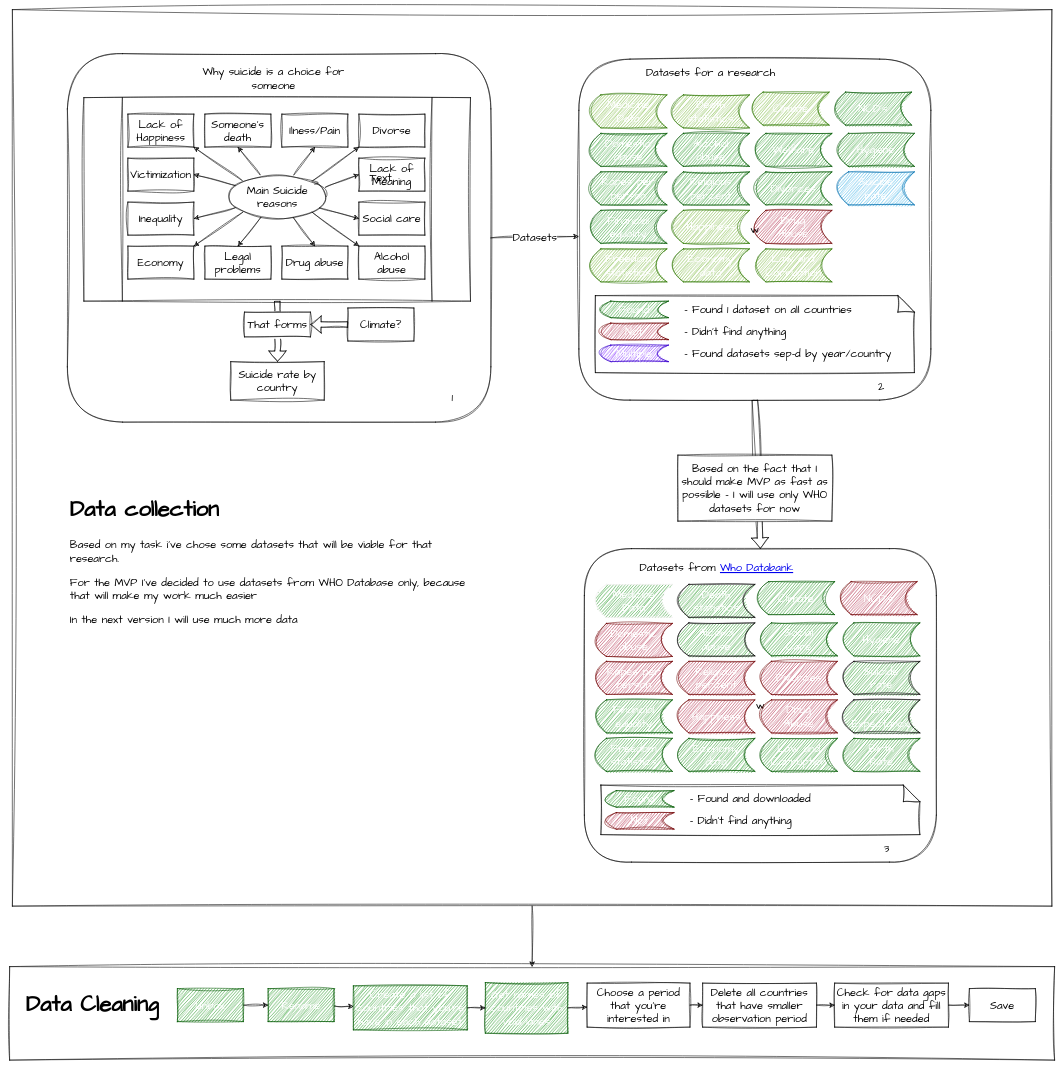
BaakhOfficial/Suicide-Rate-Analysis keeps this draw.io diagram as Schema.drawio. Above is the earlier version. Source tidied: cells renumbered, new cells numbered last; positions are measured from the earlier drawing's top-left corner, leaving out a move shared by most shapes. Both pictures are drawn from the tidied source at 55%, with x=0, y=0 at pixel (9, 9).
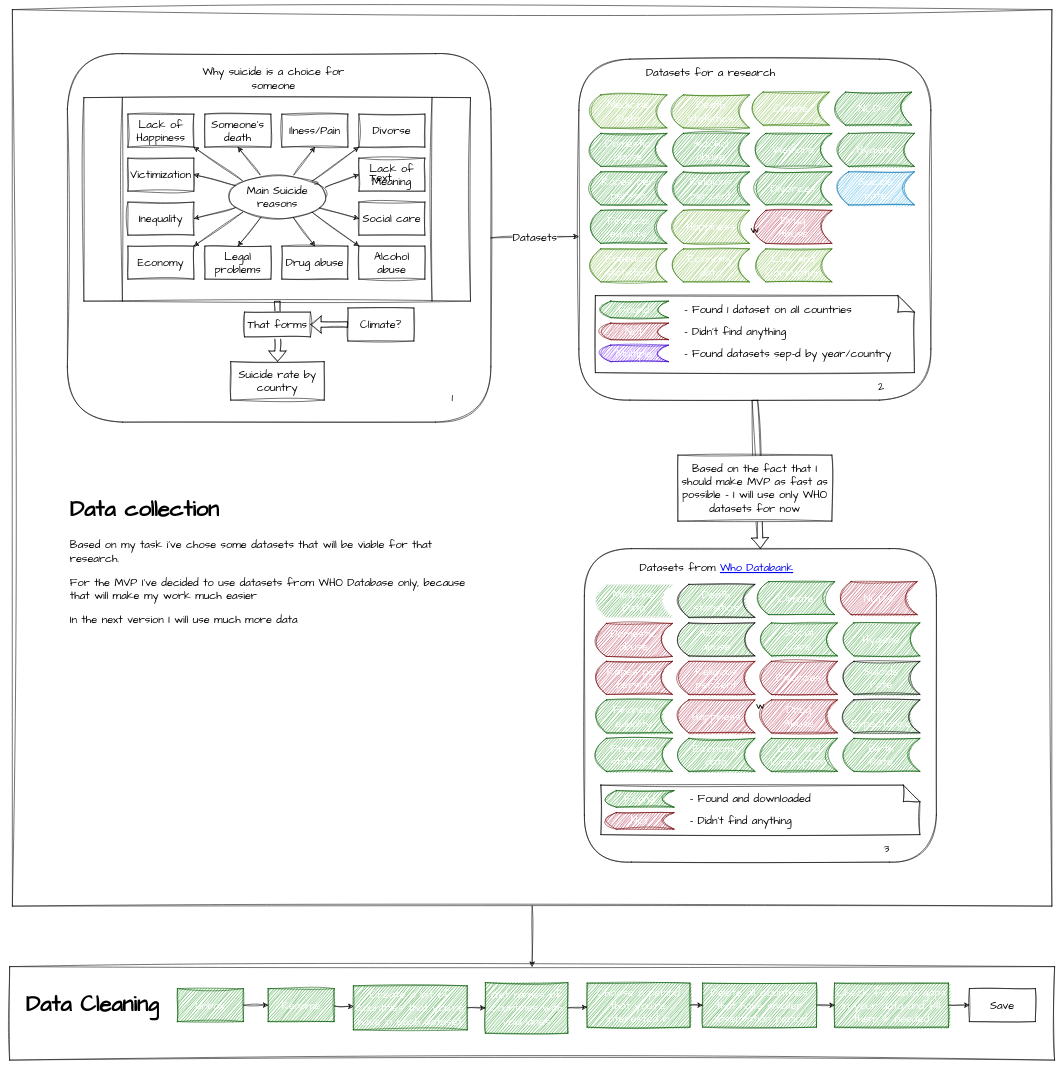
The same page after the edit.

Commit message (it also covers changes not shown here):
Data Cleanup

Change to the diagram source:
```diff
@@
-    <mxCell id="106" value="Delete all countries that have smaller observation period" style="rounded=0;whiteSpace=wrap;html=1;sketch=1;hachureGap=4;jiggle=2;curveFitting=1;fontFamily=Architects Daughter;fontSize=20;fillColor=default;" parent="1" vertex="1">
+    <mxCell id="106" value="Delete all countries that have smaller observation period" style="rounded=0;whiteSpace=wrap;html=1;sketch=1;hachureGap=4;jiggle=2;curveFitting=1;fontFamily=Architects Daughter;fontSize=20;fillColor=#008a00;fontColor=#ffffff;strokeColor=#005700;" parent="1" vertex="1">
       <mxGeometry x="1260" y="1770" width="207" height="80" as="geometry" />
     </mxCell>
@@
-    <mxCell id="108" value="Choose a period that you're interested in" style="rounded=0;whiteSpace=wrap;html=1;sketch=1;hachureGap=4;jiggle=2;curveFitting=1;fontFamily=Architects Daughter;fontSize=20;fillColor=default;" parent="1" vertex="1">
+    <mxCell id="108" value="Choose a period that you're interested in" style="rounded=0;whiteSpace=wrap;html=1;sketch=1;hachureGap=4;jiggle=2;curveFitting=1;fontFamily=Architects Daughter;fontSize=20;fillColor=#008a00;fontColor=#ffffff;strokeColor=#005700;" parent="1" vertex="1">
       <mxGeometry x="1050" y="1770" width="187" height="80" as="geometry" />
     </mxCell>
@@
-    <mxCell id="116" value="Check for data gaps in your data and fill them if needed" style="rounded=0;whiteSpace=wrap;html=1;sketch=1;hachureGap=4;jiggle=2;curveFitting=1;fontFamily=Architects Daughter;fontSize=20;fillColor=default;" parent="1" vertex="1">
+    <mxCell id="116" value="Check for data gaps in your data and fill them if needed" style="rounded=0;whiteSpace=wrap;html=1;sketch=1;hachureGap=4;jiggle=2;curveFitting=1;fontFamily=Architects Daughter;fontSize=20;fillColor=#008a00;fontColor=#ffffff;strokeColor=#005700;" parent="1" vertex="1">
       <mxGeometry x="1500" y="1770" width="207" height="80" as="geometry" />
     </mxCell>
```
